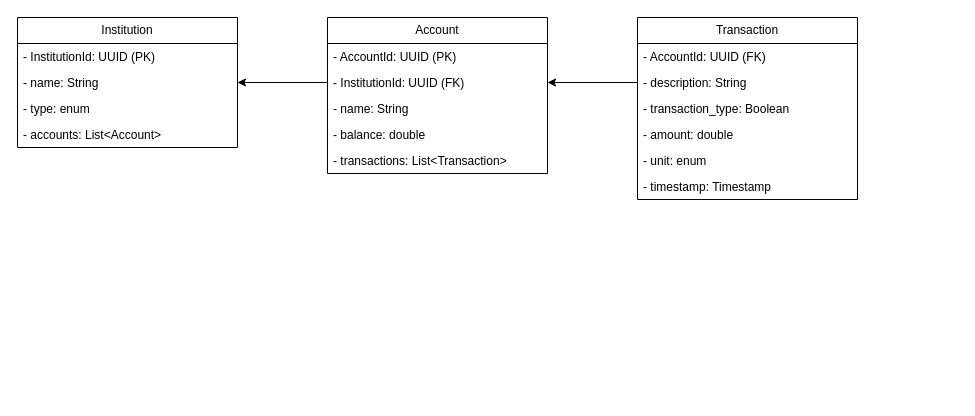
Above: resources/img/Database-design.drawio in NI-R0/DH-Software-Engineering-II (draw.io), before the change. Source tidied: cells renumbered, new cells numbered last; positions are measured from the earlier drawing's top-left corner, leaving out a move shared by most shapes. Both pictures are drawn from the tidied source at 100%, with x=0, y=0 at pixel (17, 17).
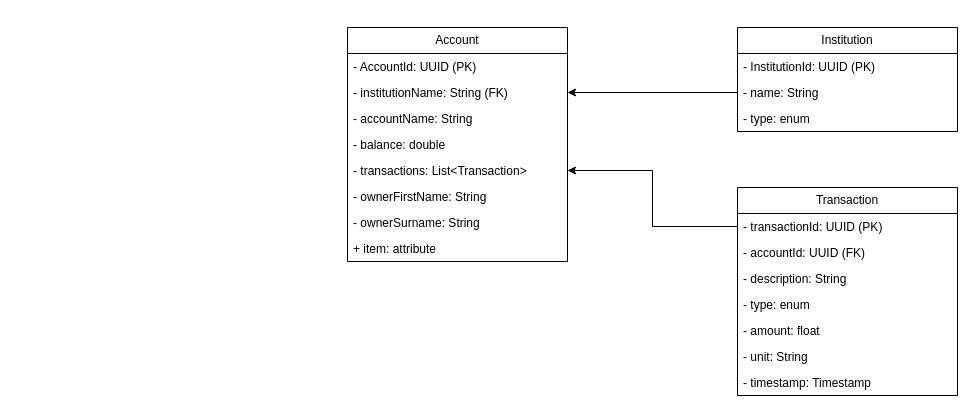
After the change.

Unchanged cells that the change refers to:
```xml
<mxCell id="4" value="- name: String" style="text;strokeColor=none;fillColor=none;align=left;verticalAlign=top;spacingLeft=4;spacingRight=4;overflow=hidden;points=[[0,0.5],[1,0.5]];portConstraint=eastwest;whiteSpace=wrap;html=1;" parent="2" vertex="1">
  <mxGeometry y="52" width="220" height="26" as="geometry" />
</mxCell>
<mxCell id="12" value="- transactions: List&amp;lt;Transaction&amp;gt;" style="text;strokeColor=none;fillColor=none;align=left;verticalAlign=top;spacingLeft=4;spacingRight=4;overflow=hidden;points=[[0,0.5],[1,0.5]];portConstraint=eastwest;whiteSpace=wrap;html=1;" parent="7" vertex="1">
  <mxGeometry y="130" width="220" height="26" as="geometry" />
</mxCell>
```

Change to the diagram source:
```diff
@@
     <mxCell id="2" value="Institution" style="swimlane;fontStyle=0;horizontal=1;startSize=26;fillColor=none;whiteSpace=wrap;html=1;" parent="1" vertex="1">
-      <mxGeometry width="220" height="130" as="geometry" />
+      <mxGeometry x="720" y="10" width="220" height="104" as="geometry" />
     </mxCell>
@@
-    <mxCell id="6" value="- accounts: List&amp;lt;Account&amp;gt;" style="text;strokeColor=none;fillColor=none;align=left;verticalAlign=top;spacingLeft=4;spacingRight=4;overflow=hidden;whiteSpace=wrap;html=1;" parent="2" vertex="1">
-      <mxGeometry y="104" width="220" height="26" as="geometry" />
-    </mxCell>
     <mxCell id="7" value="Account" style="swimlane;fontStyle=0;horizontal=1;startSize=26;fillColor=none;whiteSpace=wrap;html=1;" parent="1" vertex="1">
-      <mxGeometry x="310" width="220" height="156" as="geometry" />
+      <mxGeometry x="330" y="10" width="220" height="234" as="geometry" />
     </mxCell>
@@
-    <mxCell id="9" value="- InstitutionId: UUID (FK)" style="text;strokeColor=none;fillColor=none;align=left;verticalAlign=top;spacingLeft=4;spacingRight=4;overflow=hidden;points=[[0,0.5],[1,0.5]];portConstraint=eastwest;whiteSpace=wrap;html=1;" parent="7" vertex="1">
+    <mxCell id="9" value="- institutionName: String (FK)" style="text;strokeColor=none;fillColor=none;align=left;verticalAlign=top;spacingLeft=4;spacingRight=4;overflow=hidden;points=[[0,0.5],[1,0.5]];portConstraint=eastwest;whiteSpace=wrap;html=1;" parent="7" vertex="1">
       <mxGeometry y="52" width="220" height="26" as="geometry" />
     </mxCell>
-    <mxCell id="10" value="- name: String" style="text;strokeColor=none;fillColor=none;align=left;verticalAlign=top;spacingLeft=4;spacingRight=4;overflow=hidden;whiteSpace=wrap;html=1;" parent="7" vertex="1">
+    <mxCell id="10" value="- accountName: String" style="text;strokeColor=none;fillColor=none;align=left;verticalAlign=top;spacingLeft=4;spacingRight=4;overflow=hidden;whiteSpace=wrap;html=1;" parent="7" vertex="1">
       <mxGeometry y="78" width="220" height="26" as="geometry" />
     </mxCell>
@@
-    <mxCell id="13" style="edgeStyle=orthogonalEdgeStyle;rounded=0;jettySize=auto;html=1;exitX=0;exitY=0.5;exitDx=0;exitDy=0;entryX=1;entryY=0.5;entryDx=0;entryDy=0;" parent="1" edge="1" source="9" target="4">
-      <mxGeometry relative="1" as="geometry" />
-    </mxCell>
+    <mxCell id="22" value="- ownerFirstName: String&lt;br&gt;" style="text;strokeColor=none;fillColor=none;align=left;verticalAlign=top;spacingLeft=4;spacingRight=4;overflow=hidden;whiteSpace=wrap;html=1;" parent="7" vertex="1">
+      <mxGeometry y="156" width="220" height="26" as="geometry" />
+    </mxCell>
+    <mxCell id="23" value="- ownerSurname: String" style="text;strokeColor=none;fillColor=none;align=left;verticalAlign=top;spacingLeft=4;spacingRight=4;overflow=hidden;whiteSpace=wrap;html=1;" parent="7" vertex="1">
+      <mxGeometry y="182" width="220" height="26" as="geometry" />
+    </mxCell>
+    <mxCell id="24" value="+ item: attribute" style="text;strokeColor=none;fillColor=none;align=left;verticalAlign=top;spacingLeft=4;spacingRight=4;overflow=hidden;whiteSpace=wrap;html=1;" parent="7" vertex="1">
+      <mxGeometry y="208" width="220" height="26" as="geometry" />
+    </mxCell>
     <mxCell id="14" value="Transaction" style="swimlane;fontStyle=0;horizontal=1;startSize=26;fillColor=none;whiteSpace=wrap;html=1;" parent="1" vertex="1">
-      <mxGeometry x="620" width="220" height="182" as="geometry" />
+      <mxGeometry x="720" y="170" width="220" height="208" as="geometry" />
     </mxCell>
+    <mxCell id="25" value="- transactionId: UUID (PK)" style="text;strokeColor=none;fillColor=none;align=left;verticalAlign=top;spacingLeft=4;spacingRight=4;overflow=hidden;points=[[0,0.5],[1,0.5]];portConstraint=eastwest;whiteSpace=wrap;html=1;" parent="14" vertex="1">
+      <mxGeometry y="26" width="220" height="26" as="geometry" />
+    </mxCell>
-    <mxCell id="15" value="- AccountId: UUID (FK)" style="text;strokeColor=none;fillColor=none;align=left;verticalAlign=top;spacingLeft=4;spacingRight=4;overflow=hidden;whiteSpace=wrap;html=1;" parent="14" vertex="1">
-      <mxGeometry y="26" width="220" height="26" as="geometry" />
+    <mxCell id="15" value="- accountId: UUID (FK)" style="text;strokeColor=none;fillColor=none;align=left;verticalAlign=top;spacingLeft=4;spacingRight=4;overflow=hidden;whiteSpace=wrap;html=1;" parent="14" vertex="1">
+      <mxGeometry y="52" width="220" height="26" as="geometry" />
     </mxCell>
     <mxCell id="16" value="- description: String" style="text;strokeColor=none;fillColor=none;align=left;verticalAlign=top;spacingLeft=4;spacingRight=4;overflow=hidden;points=[[0,0.5],[1,0.5]];portConstraint=eastwest;whiteSpace=wrap;html=1;" parent="14" vertex="1">
-      <mxGeometry y="52" width="220" height="26" as="geometry" />
+      <mxGeometry y="78" width="220" height="26" as="geometry" />
     </mxCell>
-    <mxCell id="17" value="- transaction_type: Boolean" style="text;strokeColor=none;fillColor=none;align=left;verticalAlign=top;spacingLeft=4;spacingRight=4;overflow=hidden;whiteSpace=wrap;html=1;" parent="14" vertex="1">
-      <mxGeometry y="78" width="220" height="26" as="geometry" />
+    <mxCell id="17" value="- type: enum" style="text;strokeColor=none;fillColor=none;align=left;verticalAlign=top;spacingLeft=4;spacingRight=4;overflow=hidden;whiteSpace=wrap;html=1;" parent="14" vertex="1">
+      <mxGeometry y="104" width="220" height="26" as="geometry" />
     </mxCell>
-    <mxCell id="18" value="- amount: double" style="text;strokeColor=none;fillColor=none;align=left;verticalAlign=top;spacingLeft=4;spacingRight=4;overflow=hidden;whiteSpace=wrap;html=1;" parent="14" vertex="1">
-      <mxGeometry y="104" width="220" height="26" as="geometry" />
+    <mxCell id="18" value="- amount: float" style="text;strokeColor=none;fillColor=none;align=left;verticalAlign=top;spacingLeft=4;spacingRight=4;overflow=hidden;whiteSpace=wrap;html=1;" parent="14" vertex="1">
+      <mxGeometry y="130" width="220" height="26" as="geometry" />
     </mxCell>
-    <mxCell id="19" value="- unit: enum" style="text;strokeColor=none;fillColor=none;align=left;verticalAlign=top;spacingLeft=4;spacingRight=4;overflow=hidden;whiteSpace=wrap;html=1;" parent="14" vertex="1">
-      <mxGeometry y="130" width="220" height="26" as="geometry" />
+    <mxCell id="19" value="- unit: String" style="text;strokeColor=none;fillColor=none;align=left;verticalAlign=top;spacingLeft=4;spacingRight=4;overflow=hidden;whiteSpace=wrap;html=1;" parent="14" vertex="1">
+      <mxGeometry y="156" width="220" height="26" as="geometry" />
     </mxCell>
     <mxCell id="20" value="- timestamp: Timestamp" style="text;strokeColor=none;fillColor=none;align=left;verticalAlign=top;spacingLeft=4;spacingRight=4;overflow=hidden;whiteSpace=wrap;html=1;" parent="14" vertex="1">
-      <mxGeometry y="156" width="220" height="26" as="geometry" />
+      <mxGeometry y="182" width="220" height="26" as="geometry" />
     </mxCell>
-    <mxCell id="21" style="edgeStyle=orthogonalEdgeStyle;rounded=0;jettySize=auto;html=1;exitX=0;exitY=0.5;exitDx=0;exitDy=0;entryX=1;entryY=0.5;entryDx=0;entryDy=0;" parent="1" edge="1" source="16" target="9">
-      <mxGeometry relative="1" as="geometry" />
-    </mxCell>
+    <mxCell id="26" style="edgeStyle=orthogonalEdgeStyle;rounded=0;jettySize=auto;html=1;exitX=0;exitY=0.5;exitDx=0;exitDy=0;" parent="1" edge="1" source="25" target="12">
+      <mxGeometry relative="1" as="geometry" />
+    </mxCell>
+    <mxCell id="27" style="edgeStyle=orthogonalEdgeStyle;rounded=0;jettySize=auto;html=1;exitX=0;exitY=0.5;exitDx=0;exitDy=0;entryX=1;entryY=0.5;entryDx=0;entryDy=0;" parent="1" edge="1" source="4" target="9">
+      <mxGeometry relative="1" as="geometry" />
+    </mxCell>
```
